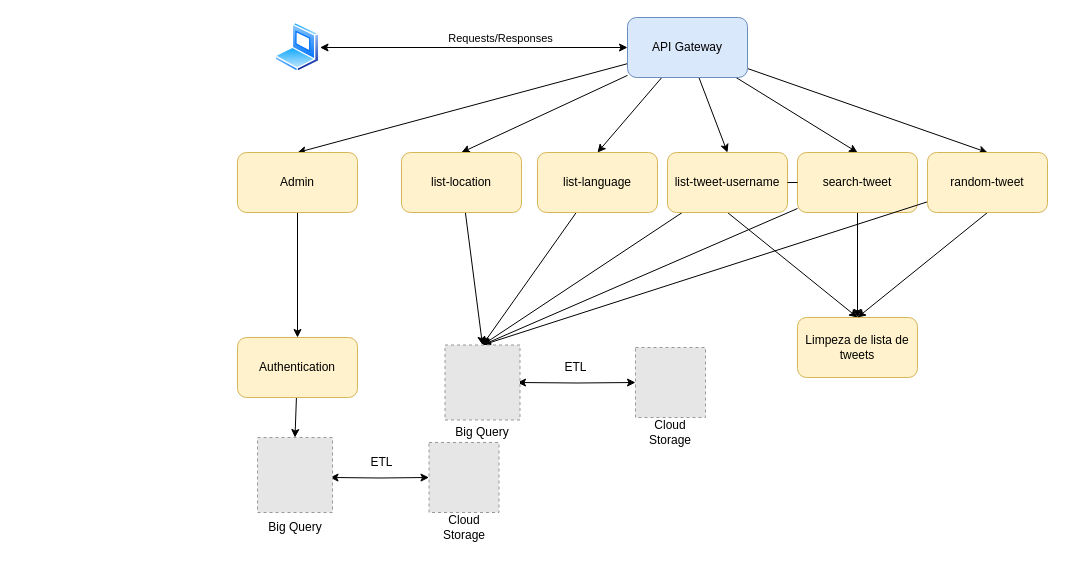
Before: architecture/arquitecture_v2.drawio in Portugapt/Cloud-Tweets-2122, a draw.io diagram. Source tidied: cells renumbered, new cells numbered last; positions are measured from the earlier drawing's top-left corner, leaving out a move shared by most shapes. Both pictures are drawn from the tidied source at 100%, with x=0, y=0 at pixel (237, 17). Pictures stored in the file or linked from it are replaced by grey dashed boxes.
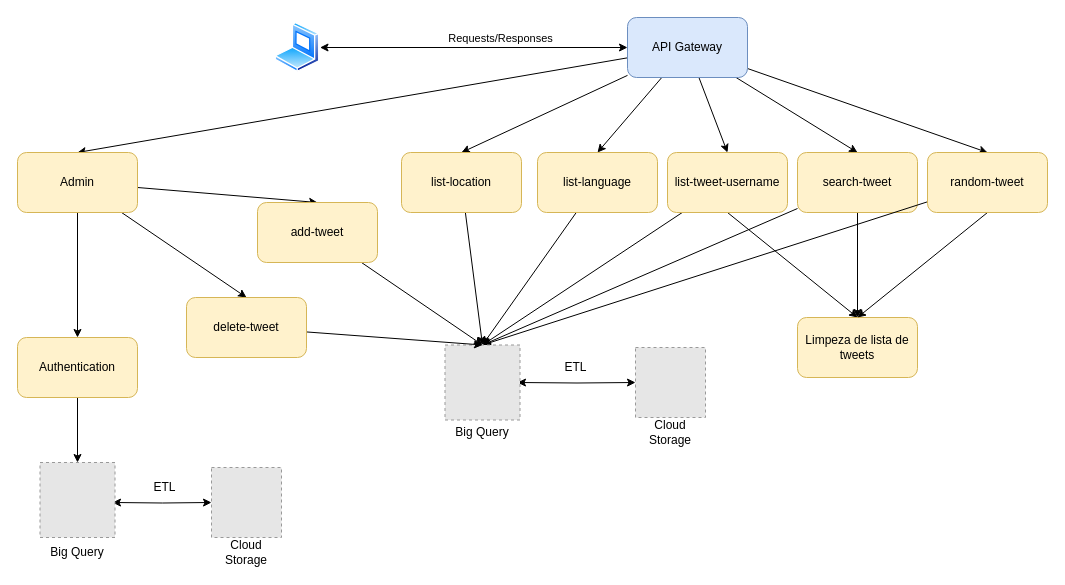
After the change.

Commit message (it also covers changes not shown here):
Add admin services

The change refers to these unchanged cells:
```xml
<mxCell id="34" value="search-tweet" style="rounded=1;whiteSpace=wrap;html=1;fillColor=#fff2cc;strokeColor=#d6b656;" parent="1" vertex="1">
  <mxGeometry x="560" y="135" width="120" height="60" as="geometry" />
</mxCell>
<mxCell id="39" value="list-tweet-username" style="rounded=1;whiteSpace=wrap;html=1;fillColor=#fff2cc;strokeColor=#d6b656;" parent="1" vertex="1">
  <mxGeometry x="430" y="135" width="120" height="60" as="geometry" />
</mxCell>
<mxCell id="41" style="fillColor=#E6E6E6;strokeColor=#999999;dashed=1;verticalLabelPosition=bottom;labelBackgroundColor=default;verticalAlign=top;" parent="1" vertex="1">
  <mxGeometry x="207.5" y="327.5" width="75" height="75" as="geometry" />
</mxCell>
```

Change to the diagram source:
```diff
@@
+    <mxCell id="43" style="rounded=0;jettySize=auto;html=1;entryX=0.5;entryY=0;entryDx=0;entryDy=0;" parent="1" edge="1" source="15" target="46">
+      <mxGeometry relative="1" as="geometry" />
+    </mxCell>
+    <mxCell id="44" style="edgeStyle=none;rounded=0;jettySize=auto;html=1;entryX=0.5;entryY=0;entryDx=0;entryDy=0;" parent="1" edge="1" source="15" target="48">
+      <mxGeometry relative="1" as="geometry" />
+    </mxCell>
     <mxCell id="15" value="Admin" style="rounded=1;whiteSpace=wrap;html=1;fillColor=#fff2cc;strokeColor=#d6b656;" parent="1" vertex="1">
-      <mxGeometry y="135" width="120" height="60" as="geometry" />
+      <mxGeometry x="-220" y="135" width="120" height="60" as="geometry" />
     </mxCell>
@@
     <mxCell id="23" value="Authentication" style="rounded=1;whiteSpace=wrap;html=1;fillColor=#fff2cc;strokeColor=#d6b656;" parent="1" vertex="1">
-      <mxGeometry y="320" width="120" height="60" as="geometry" />
+      <mxGeometry x="-220" y="320" width="120" height="60" as="geometry" />
     </mxCell>
     <mxCell id="24" style="edgeStyle=orthogonalEdgeStyle;rounded=0;jettySize=auto;html=1;startArrow=classic;startFill=1;exitX=1;exitY=0.5;exitDx=0;exitDy=0;" parent="1" edge="1" target="26">
       <mxGeometry relative="1" as="geometry">
-        <mxPoint x="92.5" y="460" as="sourcePoint" />
+        <mxPoint x="-125" y="485" as="sourcePoint" />
       </mxGeometry>
     </mxCell>
     <mxCell id="25" value="Big Query" style="text;html=1;strokeColor=none;fillColor=none;align=center;verticalAlign=middle;whiteSpace=wrap;rounded=0;" parent="1" vertex="1">
-      <mxGeometry x="27.5" y="495" width="60" height="30" as="geometry" />
+      <mxGeometry x="-190" y="520" width="60" height="30" as="geometry" />
     </mxCell>
     <mxCell id="26" style="fillColor=#E6E6E6;strokeColor=#999999;dashed=1;verticalLabelPosition=bottom;labelBackgroundColor=default;verticalAlign=top;" parent="1" vertex="1">
-      <mxGeometry x="191.5" y="425" width="70" height="70" as="geometry" />
+      <mxGeometry x="-26" y="450" width="70" height="70" as="geometry" />
     </mxCell>
     <mxCell id="27" value="Cloud Storage" style="text;html=1;strokeColor=none;fillColor=none;align=center;verticalAlign=middle;whiteSpace=wrap;rounded=0;" parent="1" vertex="1">
-      <mxGeometry x="196.5" y="495" width="60" height="30" as="geometry" />
+      <mxGeometry x="-21" y="520" width="60" height="30" as="geometry" />
     </mxCell>
     <mxCell id="28" value="ETL" style="text;html=1;align=center;verticalAlign=middle;strokeColor=none;fillColor=none;" parent="1" vertex="1">
-      <mxGeometry x="124" y="435" width="40" height="20" as="geometry" />
+      <mxGeometry x="-93.5" y="460" width="40" height="20" as="geometry" />
     </mxCell>
@@
-    <mxCell id="40" style="edgeStyle=none;rounded=0;jettySize=auto;html=1;endArrow=none;" parent="1" edge="1" source="34" target="39">
-      <mxGeometry relative="1" as="geometry" />
-    </mxCell>
@@
     <mxCell id="42" style="fillColor=#E6E6E6;strokeColor=#999999;dashed=1;verticalLabelPosition=bottom;labelBackgroundColor=default;verticalAlign=top;" parent="1" vertex="1">
-      <mxGeometry x="20" y="420" width="75" height="75" as="geometry" />
+      <mxGeometry x="-197.5" y="445" width="75" height="75" as="geometry" />
     </mxCell>
+    <mxCell id="45" style="edgeStyle=none;rounded=0;jettySize=auto;html=1;entryX=0.5;entryY=0;entryDx=0;entryDy=0;" parent="1" edge="1" source="46" target="41">
+      <mxGeometry relative="1" as="geometry" />
+    </mxCell>
+    <mxCell id="46" value="add-tweet" style="rounded=1;whiteSpace=wrap;html=1;fillColor=#fff2cc;strokeColor=#d6b656;" parent="1" vertex="1">
+      <mxGeometry x="20" y="185" width="120" height="60" as="geometry" />
+    </mxCell>
+    <mxCell id="47" style="edgeStyle=none;rounded=0;jettySize=auto;html=1;entryX=0.5;entryY=0;entryDx=0;entryDy=0;" parent="1" edge="1" source="48" target="41">
+      <mxGeometry relative="1" as="geometry" />
+    </mxCell>
+    <mxCell id="48" value="delete-tweet" style="rounded=1;whiteSpace=wrap;html=1;fillColor=#fff2cc;strokeColor=#d6b656;" parent="1" vertex="1">
+      <mxGeometry x="-51" y="280" width="120" height="60" as="geometry" />
+    </mxCell>
```
